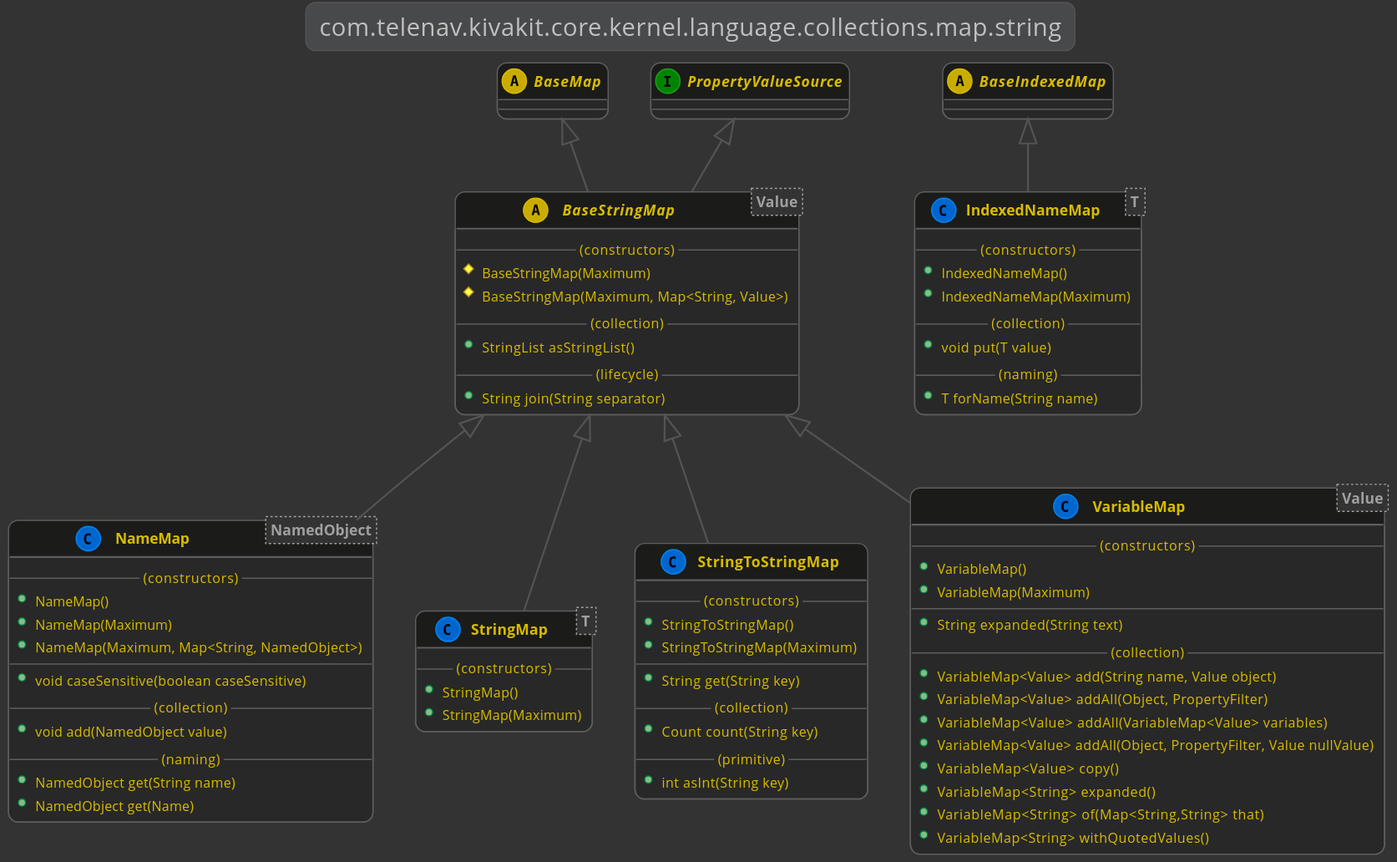
Telenav/kivakit keeps this PlantUML diagram as kivakit-core/kernel/documentation/diagrams/com.telenav.kivakit.core.kernel.language.collections.map.string.svg. Above is the earlier version. The source it was exported from:
```plantuml
@startuml

    !include ../lexakai.theme

    title "com.telenav.kivakit.core.kernel.language.collections.map.string"

    abstract BaseStringMap
    abstract BaseMap
    abstract BaseIndexedMap

    interface PropertyValueSource

    BaseMap <|-- BaseStringMap
    PropertyValueSource <|-- BaseStringMap
    abstract class BaseStringMap<Value>
    {
        --(constructors)--
        #BaseStringMap(Maximum)
        #BaseStringMap(Maximum, Map<String, Value>)
        --(collection)--
        +StringList asStringList()
        --(lifecycle)--
        +String join(String separator)
    }

    BaseIndexedMap <|-- IndexedNameMap
    class IndexedNameMap<T>
    {
        --(constructors)--
        +IndexedNameMap()
        +IndexedNameMap(Maximum)
        --(collection)--
        +void put(T value)
        --(naming)--
        +T forName(String name)
    }

    BaseStringMap <|-- NameMap
    class NameMap<NamedObject>
    {
        --(constructors)--
        +NameMap()
        +NameMap(Maximum)
        +NameMap(Maximum, Map<String, NamedObject>)
        --
        +void caseSensitive(boolean caseSensitive)
        --(collection)--
        +void add(NamedObject value)
        --(naming)--
        +NamedObject get(String name)
        +NamedObject get(Name)
    }

    BaseStringMap <|-- StringMap
    class StringMap<T>
    {
        --(constructors)--
        +StringMap()
        +StringMap(Maximum)
    }

    BaseStringMap <|-- StringToStringMap
    class StringToStringMap
    {
        --(constructors)--
        +StringToStringMap()
        +StringToStringMap(Maximum)
        --
        +String get(String key)
        --(collection)--
        +Count count(String key)
        --(primitive)--
        +int asInt(String key)
    }

    BaseStringMap <|-- VariableMap
    class VariableMap<Value>
    {
        --(constructors)--
        +VariableMap()
        +VariableMap(Maximum)
        --
        +String expanded(String text)
        --(collection)--
        +VariableMap<Value> add(String name, Value object)
        +VariableMap<Value> addAll(Object, PropertyFilter)
        +VariableMap<Value> addAll(VariableMap<Value> variables)
        +VariableMap<Value> addAll(Object, PropertyFilter, Value nullValue)
        +VariableMap<Value> copy()
        +VariableMap<String> expanded()
        +VariableMap<String> of(Map<String,String> that)
        +VariableMap<String> withQuotedValues()
    }

@enduml
```
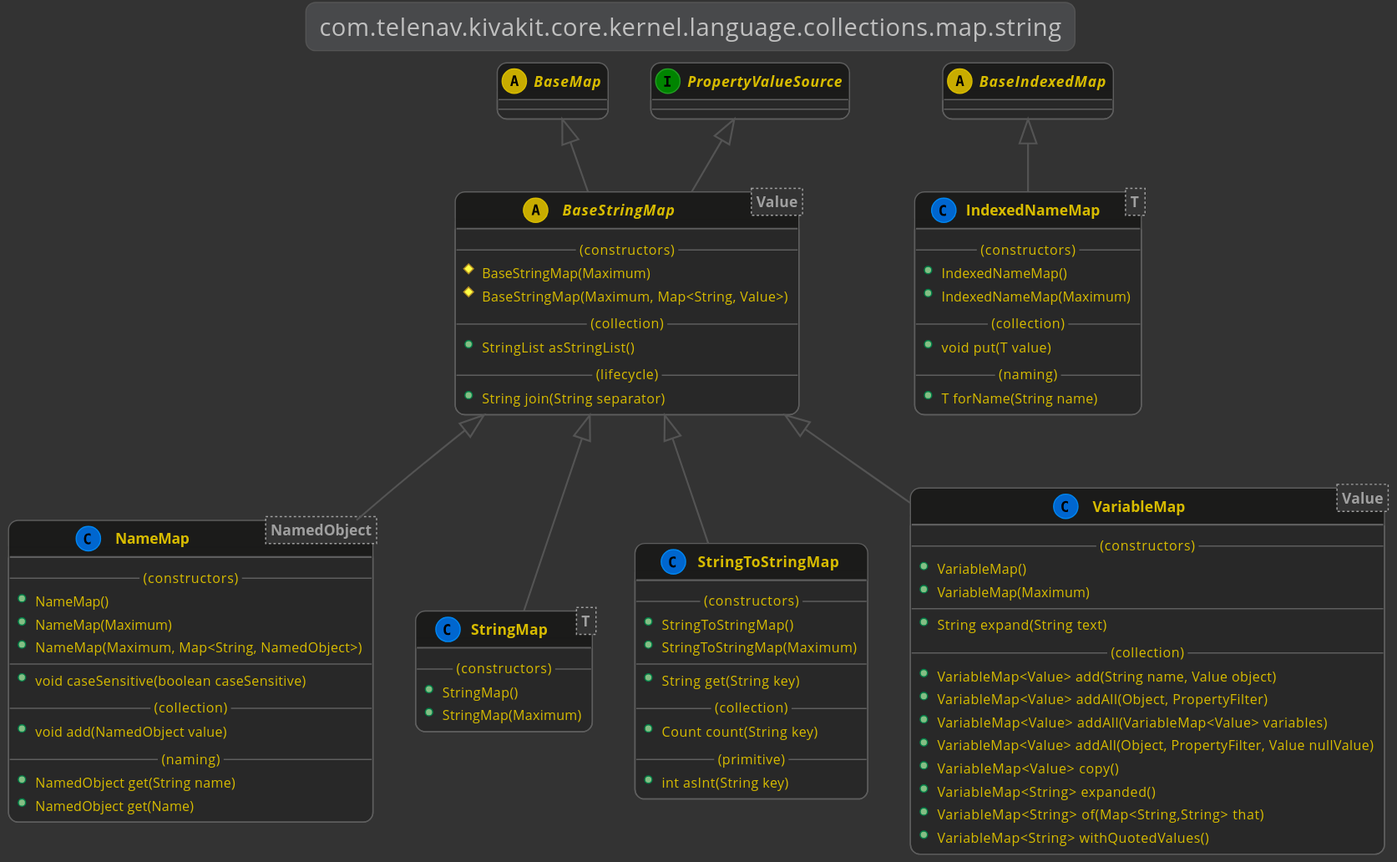
After the commit.

Diff of the diagram source:
```diff
@@ -1,6 +1,6 @@
 @startuml
 
-    !include ../lexakai.theme
+    !include ../lexakai/lexakai.theme
 
     title "com.telenav.kivakit.core.kernel.language.collections.map.string"
 
@@ -80,7 +80,7 @@
         +VariableMap()
         +VariableMap(Maximum)
         --
-        +String expanded(String text)
+        +String expand(String text)
         --(collection)--
         +VariableMap<Value> add(String name, Value object)
         +VariableMap<Value> addAll(Object, PropertyFilter)
```
